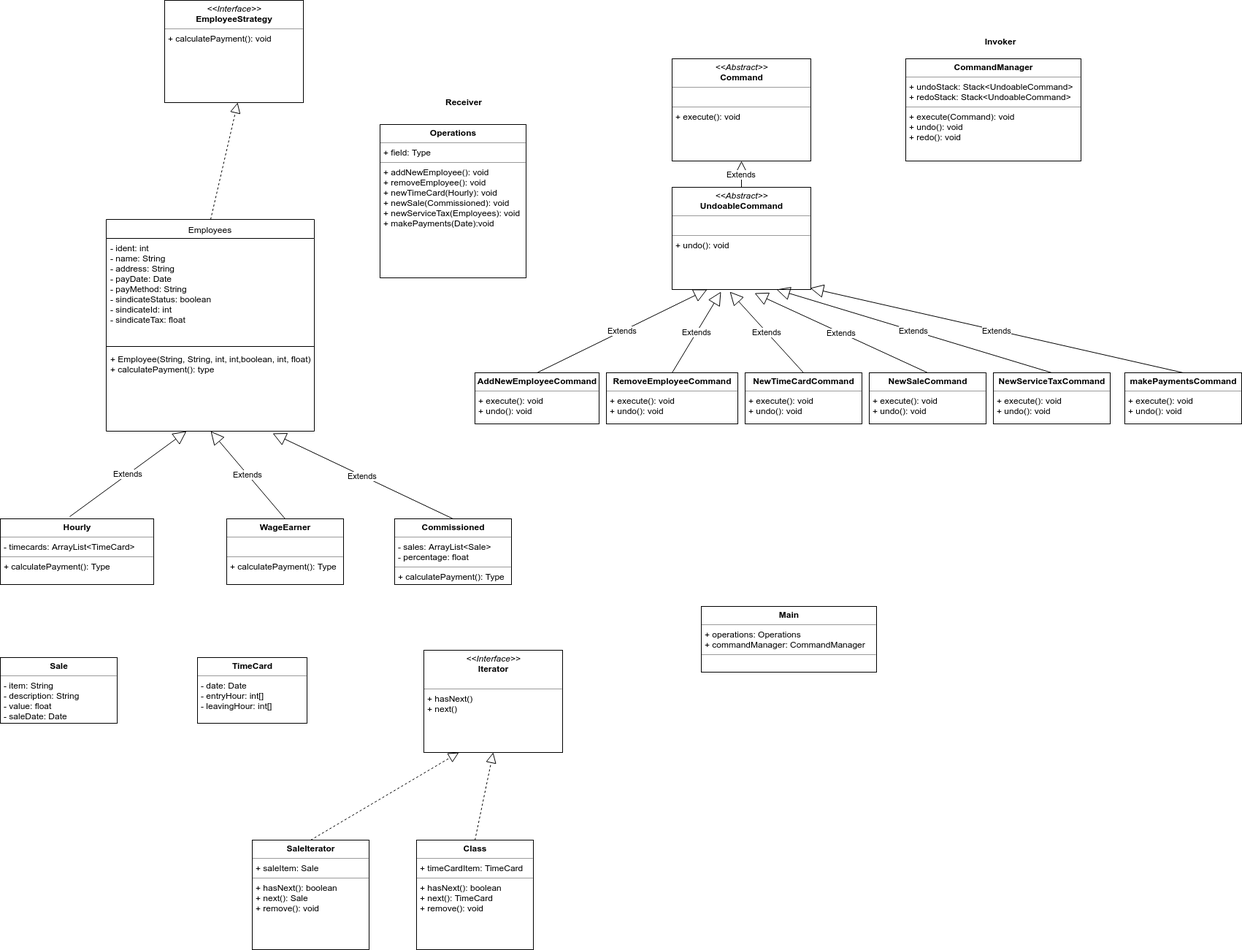
Earlier version of the draw.io export Prova 2 Folha de Pagamentos.png (yuridrcosta/prova2). Source tidied: cells renumbered, new cells last; positions are measured from the earlier drawing's top-left corner, leaving out a move shared by most shapes.
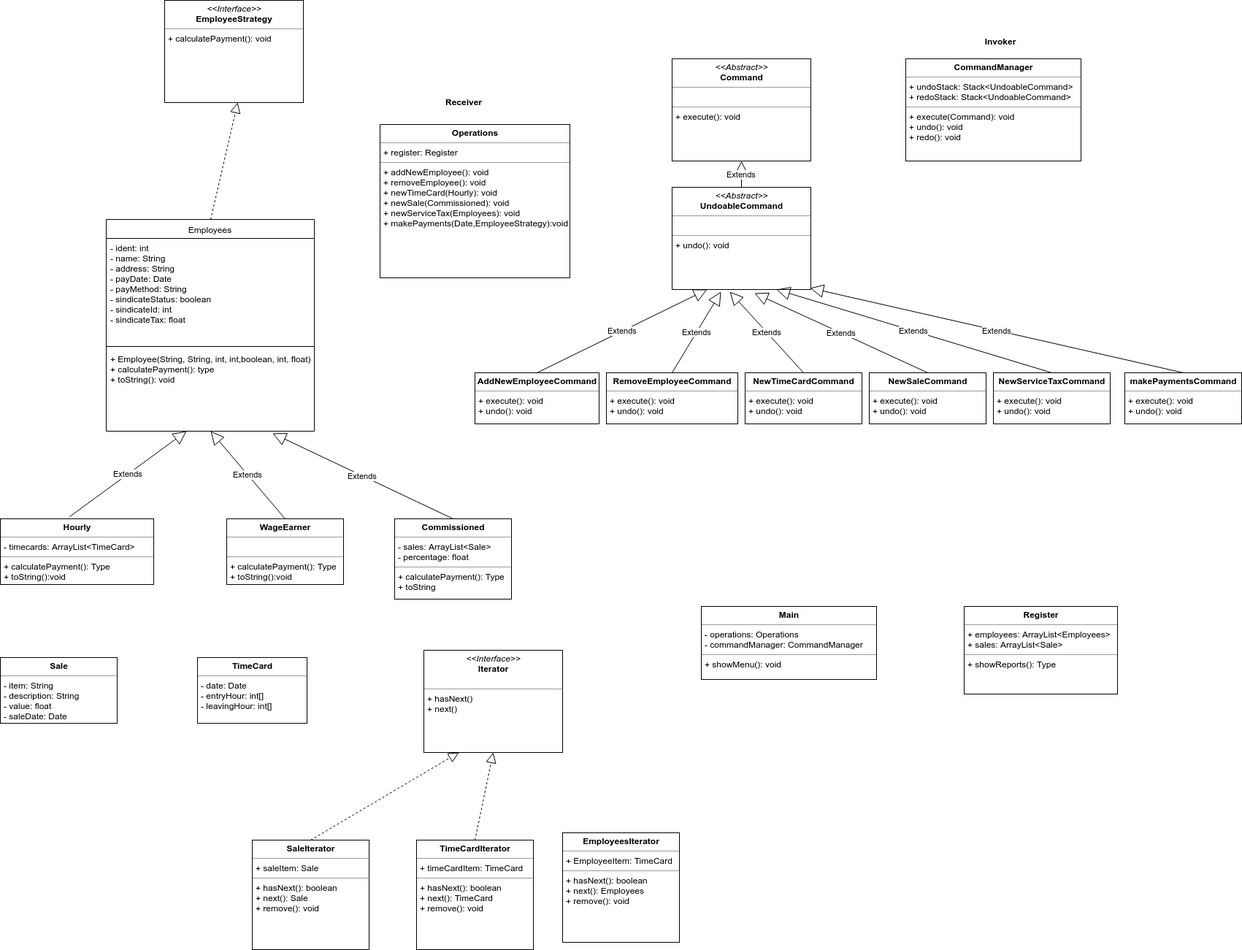
Later version of the same file.

The edit, as a diff of the source:
```diff
@@ -2,7 +2,7 @@
   <root>
     <mxCell id="0" />
     <mxCell id="1" parent="0" />
-    <mxCell id="2" value="&lt;p style=&quot;margin: 0px ; margin-top: 4px ; text-align: center&quot;&gt;&lt;b&gt;Hourly&lt;/b&gt;&lt;/p&gt;&lt;hr size=&quot;1&quot;&gt;&lt;p style=&quot;margin: 0px ; margin-left: 4px&quot;&gt;- timecards: ArrayList&amp;lt;TimeCard&amp;gt;&lt;/p&gt;&lt;hr size=&quot;1&quot;&gt;&lt;p style=&quot;margin: 0px ; margin-left: 4px&quot;&gt;+ calculatePayment(): Type&lt;/p&gt;" style="verticalAlign=top;align=left;overflow=fill;fontSize=12;fontFamily=Helvetica;html=1;" parent="1" vertex="1">
+    <mxCell id="2" value="&lt;p style=&quot;margin: 0px ; margin-top: 4px ; text-align: center&quot;&gt;&lt;b&gt;Hourly&lt;/b&gt;&lt;/p&gt;&lt;hr size=&quot;1&quot;&gt;&lt;p style=&quot;margin: 0px ; margin-left: 4px&quot;&gt;- timecards: ArrayList&amp;lt;TimeCard&amp;gt;&lt;/p&gt;&lt;hr size=&quot;1&quot;&gt;&lt;p style=&quot;margin: 0px ; margin-left: 4px&quot;&gt;+ calculatePayment(): Type&lt;/p&gt;&lt;p style=&quot;margin: 0px ; margin-left: 4px&quot;&gt;+ toString():void&lt;/p&gt;" style="verticalAlign=top;align=left;overflow=fill;fontSize=12;fontFamily=Helvetica;html=1;" parent="1" vertex="1">
       <mxGeometry y="710" width="210" height="90" as="geometry" />
     </mxCell>
     <mxCell id="3" value="Employees&#10;" style="swimlane;fontStyle=0;align=center;verticalAlign=top;horizontal=1;startSize=26;" parent="1" vertex="1">
@@ -14,7 +14,7 @@
     <mxCell id="5" style="line;strokeWidth=1;fillColor=none;align=left;verticalAlign=middle;spacingTop=-1;spacingLeft=3;spacingRight=3;labelPosition=right;" parent="3" vertex="1">
       <mxGeometry y="170" width="285" height="8" as="geometry" />
     </mxCell>
-    <mxCell id="6" value="+ Employee(String, String, int, int,boolean, int, float) &#10;+ calculatePayment(): type" style="text;strokeColor=none;fillColor=none;align=left;verticalAlign=top;spacingLeft=4;spacingRight=4;overflow=hidden;points=[[0,0.5],[1,0.5]];portConstraint=eastwest;" parent="3" vertex="1">
+    <mxCell id="6" value="+ Employee(String, String, int, int,boolean, int, float) &#10;+ calculatePayment(): type&#10;+ toString(): void&#10;" style="text;strokeColor=none;fillColor=none;align=left;verticalAlign=top;spacingLeft=4;spacingRight=4;overflow=hidden;points=[[0,0.5],[1,0.5]];portConstraint=eastwest;" parent="3" vertex="1">
       <mxGeometry y="178" width="285" height="112" as="geometry" />
     </mxCell>
     <mxCell id="7" value="Extends" style="endArrow=block;endSize=16;endFill=0;html=1;exitX=0.45;exitY=-0.033;exitDx=0;exitDy=0;exitPerimeter=0;" parent="1" edge="1" source="2">
@@ -30,14 +30,14 @@
     <mxCell id="9" value="&lt;p style=&quot;margin: 0px ; margin-top: 4px ; text-align: center&quot;&gt;&lt;i&gt;&amp;lt;&amp;lt;Interface&amp;gt;&amp;gt;&lt;/i&gt;&lt;br&gt;&lt;b&gt;EmployeeStrategy&lt;/b&gt;&lt;/p&gt;&lt;hr size=&quot;1&quot;&gt;&lt;p style=&quot;margin: 0px ; margin-left: 4px&quot;&gt;&lt;span&gt;+ calculatePayment(): void&lt;/span&gt;&lt;br&gt;&lt;/p&gt;&lt;p style=&quot;margin: 0px ; margin-left: 4px&quot;&gt;&lt;br&gt;&lt;/p&gt;" style="verticalAlign=top;align=left;overflow=fill;fontSize=12;fontFamily=Helvetica;html=1;" parent="1" vertex="1">
       <mxGeometry x="225" width="190" height="140" as="geometry" />
     </mxCell>
-    <mxCell id="10" value="&lt;p style=&quot;margin: 0px ; margin-top: 4px ; text-align: center&quot;&gt;&lt;b&gt;WageEarner&lt;/b&gt;&lt;/p&gt;&lt;hr size=&quot;1&quot;&gt;&lt;p style=&quot;margin: 0px ; margin-left: 4px&quot;&gt;&lt;br&gt;&lt;/p&gt;&lt;hr size=&quot;1&quot;&gt;&lt;p style=&quot;margin: 0px ; margin-left: 4px&quot;&gt;+ calculatePayment(): Type&lt;/p&gt;" style="verticalAlign=top;align=left;overflow=fill;fontSize=12;fontFamily=Helvetica;html=1;" parent="1" vertex="1">
+    <mxCell id="10" value="&lt;p style=&quot;margin: 0px ; margin-top: 4px ; text-align: center&quot;&gt;&lt;b&gt;WageEarner&lt;/b&gt;&lt;/p&gt;&lt;hr size=&quot;1&quot;&gt;&lt;p style=&quot;margin: 0px ; margin-left: 4px&quot;&gt;&lt;br&gt;&lt;/p&gt;&lt;hr size=&quot;1&quot;&gt;&lt;p style=&quot;margin: 0px ; margin-left: 4px&quot;&gt;+ calculatePayment(): Type&lt;/p&gt;&lt;p style=&quot;margin: 0px ; margin-left: 4px&quot;&gt;+ toString():void&lt;/p&gt;" style="verticalAlign=top;align=left;overflow=fill;fontSize=12;fontFamily=Helvetica;html=1;" parent="1" vertex="1">
       <mxGeometry x="310" y="710" width="160" height="90" as="geometry" />
     </mxCell>
     <mxCell id="11" value="Extends" style="endArrow=block;endSize=16;endFill=0;html=1;exitX=0.5;exitY=0;exitDx=0;exitDy=0;entryX=0.502;entryY=1;entryDx=0;entryDy=0;entryPerimeter=0;" parent="1" edge="1" source="10" target="6">
       <mxGeometry relative="1" as="geometry" />
     </mxCell>
-    <mxCell id="12" value="&lt;p style=&quot;margin: 0px ; margin-top: 4px ; text-align: center&quot;&gt;&lt;b&gt;Commissioned&lt;/b&gt;&lt;/p&gt;&lt;hr size=&quot;1&quot;&gt;&lt;p style=&quot;margin: 0px ; margin-left: 4px&quot;&gt;- sales: ArrayList&amp;lt;Sale&amp;gt;&lt;/p&gt;&lt;p style=&quot;margin: 0px ; margin-left: 4px&quot;&gt;- percentage: float&lt;/p&gt;&lt;hr size=&quot;1&quot;&gt;&lt;p style=&quot;margin: 0px ; margin-left: 4px&quot;&gt;+ calculatePayment(): Type&lt;/p&gt;" style="verticalAlign=top;align=left;overflow=fill;fontSize=12;fontFamily=Helvetica;html=1;" parent="1" vertex="1">
-      <mxGeometry x="540" y="710" width="160" height="90" as="geometry" />
+    <mxCell id="12" value="&lt;p style=&quot;margin: 0px ; margin-top: 4px ; text-align: center&quot;&gt;&lt;b&gt;Commissioned&lt;/b&gt;&lt;/p&gt;&lt;hr size=&quot;1&quot;&gt;&lt;p style=&quot;margin: 0px ; margin-left: 4px&quot;&gt;- sales: ArrayList&amp;lt;Sale&amp;gt;&lt;/p&gt;&lt;p style=&quot;margin: 0px ; margin-left: 4px&quot;&gt;- percentage: float&lt;/p&gt;&lt;hr size=&quot;1&quot;&gt;&lt;p style=&quot;margin: 0px ; margin-left: 4px&quot;&gt;+ calculatePayment(): Type&lt;/p&gt;&lt;p style=&quot;margin: 0px ; margin-left: 4px&quot;&gt;+ toString&lt;/p&gt;" style="verticalAlign=top;align=left;overflow=fill;fontSize=12;fontFamily=Helvetica;html=1;" parent="1" vertex="1">
+      <mxGeometry x="540" y="710" width="160" height="110" as="geometry" />
     </mxCell>
     <mxCell id="13" value="Extends" style="endArrow=block;endSize=16;endFill=0;html=1;exitX=0.5;exitY=0;exitDx=0;exitDy=0;entryX=0.8;entryY=1.027;entryDx=0;entryDy=0;entryPerimeter=0;" parent="1" edge="1" source="12" target="6">
       <mxGeometry relative="1" as="geometry" />
@@ -45,8 +45,8 @@
     <mxCell id="14" value="&lt;p style=&quot;margin: 0px ; margin-top: 4px ; text-align: center&quot;&gt;&lt;b&gt;Sale&lt;/b&gt;&lt;/p&gt;&lt;hr size=&quot;1&quot;&gt;&lt;p style=&quot;margin: 0px ; margin-left: 4px&quot;&gt;- item: String&lt;/p&gt;&lt;p style=&quot;margin: 0px ; margin-left: 4px&quot;&gt;- description: String&lt;/p&gt;&lt;p style=&quot;margin: 0px ; margin-left: 4px&quot;&gt;- value: float&lt;/p&gt;&lt;p style=&quot;margin: 0px ; margin-left: 4px&quot;&gt;- saleDate: Date&lt;/p&gt;&lt;hr size=&quot;1&quot;&gt;&lt;p style=&quot;margin: 0px ; margin-left: 4px&quot;&gt;+ method(): Type&lt;/p&gt;" style="verticalAlign=top;align=left;overflow=fill;fontSize=12;fontFamily=Helvetica;html=1;" parent="1" vertex="1">
       <mxGeometry y="900" width="160" height="90" as="geometry" />
     </mxCell>
-    <mxCell id="15" value="&lt;p style=&quot;margin: 0px ; margin-top: 4px ; text-align: center&quot;&gt;&lt;b&gt;Operations&lt;/b&gt;&lt;/p&gt;&lt;hr size=&quot;1&quot;&gt;&lt;p style=&quot;margin: 0px ; margin-left: 4px&quot;&gt;+ field: Type&lt;/p&gt;&lt;hr size=&quot;1&quot;&gt;&lt;p style=&quot;margin: 0px ; margin-left: 4px&quot;&gt;+ addNewEmployee(): void&lt;/p&gt;&lt;p style=&quot;margin: 0px ; margin-left: 4px&quot;&gt;+ removeEmployee(): void&lt;/p&gt;&lt;p style=&quot;margin: 0px ; margin-left: 4px&quot;&gt;+ newTimeCard(Hourly): void&lt;/p&gt;&lt;p style=&quot;margin: 0px ; margin-left: 4px&quot;&gt;+ newSale(Commissioned): void&lt;/p&gt;&lt;p style=&quot;margin: 0px ; margin-left: 4px&quot;&gt;+ newServiceTax(Employees): void&lt;/p&gt;&lt;p style=&quot;margin: 0px ; margin-left: 4px&quot;&gt;+ makePayments(Date):void&lt;/p&gt;" style="verticalAlign=top;align=left;overflow=fill;fontSize=12;fontFamily=Helvetica;html=1;" parent="1" vertex="1">
-      <mxGeometry x="520" y="170" width="200" height="210" as="geometry" />
+    <mxCell id="15" value="&lt;p style=&quot;margin: 0px ; margin-top: 4px ; text-align: center&quot;&gt;&lt;b&gt;Operations&lt;/b&gt;&lt;/p&gt;&lt;hr size=&quot;1&quot;&gt;&lt;p style=&quot;margin: 0px ; margin-left: 4px&quot;&gt;+ register: Register&lt;/p&gt;&lt;hr size=&quot;1&quot;&gt;&lt;p style=&quot;margin: 0px ; margin-left: 4px&quot;&gt;+ addNewEmployee(): void&lt;/p&gt;&lt;p style=&quot;margin: 0px ; margin-left: 4px&quot;&gt;+ removeEmployee(): void&lt;/p&gt;&lt;p style=&quot;margin: 0px ; margin-left: 4px&quot;&gt;+ newTimeCard(Hourly): void&lt;/p&gt;&lt;p style=&quot;margin: 0px ; margin-left: 4px&quot;&gt;+ newSale(Commissioned): void&lt;/p&gt;&lt;p style=&quot;margin: 0px ; margin-left: 4px&quot;&gt;+ newServiceTax(Employees): void&lt;/p&gt;&lt;p style=&quot;margin: 0px ; margin-left: 4px&quot;&gt;+ makePayments(Date,EmployeeStrategy):void&lt;/p&gt;" style="verticalAlign=top;align=left;overflow=fill;fontSize=12;fontFamily=Helvetica;html=1;" parent="1" vertex="1">
+      <mxGeometry x="520" y="170" width="260" height="210" as="geometry" />
     </mxCell>
     <mxCell id="16" value="&lt;p style=&quot;margin: 0px ; margin-top: 4px ; text-align: center&quot;&gt;&lt;b&gt;TimeCard&lt;/b&gt;&lt;/p&gt;&lt;hr size=&quot;1&quot;&gt;&lt;p style=&quot;margin: 0px ; margin-left: 4px&quot;&gt;- date: Date&lt;/p&gt;&lt;p style=&quot;margin: 0px ; margin-left: 4px&quot;&gt;- entryHour: int[]&lt;/p&gt;&lt;p style=&quot;margin: 0px ; margin-left: 4px&quot;&gt;- leavingHour: int[]&lt;/p&gt;" style="verticalAlign=top;align=left;overflow=fill;fontSize=12;fontFamily=Helvetica;html=1;" parent="1" vertex="1">
       <mxGeometry x="270" y="900" width="150" height="90" as="geometry" />
@@ -60,7 +60,7 @@
     <mxCell id="19" style="endArrow=block;dashed=1;endFill=0;endSize=12;html=1;exitX=0.5;exitY=0;exitDx=0;exitDy=0;entryX=0.25;entryY=1;entryDx=0;entryDy=0;" parent="1" edge="1" source="18" target="17">
       <mxGeometry relative="1" as="geometry" />
     </mxCell>
-    <mxCell id="20" value="&lt;p style=&quot;margin: 0px ; margin-top: 4px ; text-align: center&quot;&gt;&lt;b&gt;Class&lt;/b&gt;&lt;/p&gt;&lt;hr size=&quot;1&quot;&gt;&lt;p style=&quot;margin: 0px ; margin-left: 4px&quot;&gt;+ timeCardItem: TimeCard&lt;/p&gt;&lt;hr size=&quot;1&quot;&gt;&lt;p style=&quot;margin: 0px ; margin-left: 4px&quot;&gt;+ hasNext(): boolean&lt;/p&gt;&lt;p style=&quot;margin: 0px ; margin-left: 4px&quot;&gt;+ next(): TimeCard&lt;/p&gt;&lt;p style=&quot;margin: 0px ; margin-left: 4px&quot;&gt;+ remove(): void&lt;/p&gt;" style="verticalAlign=top;align=left;overflow=fill;fontSize=12;fontFamily=Helvetica;html=1;" parent="1" vertex="1">
+    <mxCell id="20" value="&lt;p style=&quot;margin: 0px ; margin-top: 4px ; text-align: center&quot;&gt;&lt;b&gt;TimeCardIterator&lt;/b&gt;&lt;/p&gt;&lt;hr size=&quot;1&quot;&gt;&lt;p style=&quot;margin: 0px ; margin-left: 4px&quot;&gt;+ timeCardItem: TimeCard&lt;/p&gt;&lt;hr size=&quot;1&quot;&gt;&lt;p style=&quot;margin: 0px ; margin-left: 4px&quot;&gt;+ hasNext(): boolean&lt;/p&gt;&lt;p style=&quot;margin: 0px ; margin-left: 4px&quot;&gt;+ next(): TimeCard&lt;/p&gt;&lt;p style=&quot;margin: 0px ; margin-left: 4px&quot;&gt;+ remove(): void&lt;/p&gt;" style="verticalAlign=top;align=left;overflow=fill;fontSize=12;fontFamily=Helvetica;html=1;" parent="1" vertex="1">
       <mxGeometry x="570" y="1150" width="160" height="150" as="geometry" />
     </mxCell>
     <mxCell id="21" style="endArrow=block;dashed=1;endFill=0;endSize=12;html=1;exitX=0.5;exitY=0;exitDx=0;exitDy=0;entryX=0.5;entryY=1;entryDx=0;entryDy=0;" parent="1" edge="1" source="20" target="17">
@@ -114,8 +114,8 @@
     <mxCell id="37" value="&lt;p style=&quot;margin: 0px ; margin-top: 4px ; text-align: center&quot;&gt;&lt;b&gt;CommandManager&lt;/b&gt;&lt;/p&gt;&lt;hr size=&quot;1&quot;&gt;&lt;p style=&quot;margin: 0px ; margin-left: 4px&quot;&gt;+ undoStack: Stack&amp;lt;UndoableCommand&amp;gt;&lt;/p&gt;&lt;p style=&quot;margin: 0px ; margin-left: 4px&quot;&gt;+ redoStack: Stack&amp;lt;UndoableCommand&amp;gt;&lt;/p&gt;&lt;hr size=&quot;1&quot;&gt;&lt;p style=&quot;margin: 0px ; margin-left: 4px&quot;&gt;+ execute(Command): void&lt;/p&gt;&lt;p style=&quot;margin: 0px ; margin-left: 4px&quot;&gt;+ undo(): void&lt;/p&gt;&lt;p style=&quot;margin: 0px ; margin-left: 4px&quot;&gt;+ redo(): void&lt;/p&gt;" style="verticalAlign=top;align=left;overflow=fill;fontSize=12;fontFamily=Helvetica;html=1;" parent="1" vertex="1">
       <mxGeometry x="1240" y="80" width="240" height="140" as="geometry" />
     </mxCell>
-    <mxCell id="38" value="&lt;p style=&quot;margin: 0px ; margin-top: 4px ; text-align: center&quot;&gt;&lt;b&gt;Main&lt;/b&gt;&lt;/p&gt;&lt;hr size=&quot;1&quot;&gt;&lt;p style=&quot;margin: 0px ; margin-left: 4px&quot;&gt;+ operations: Operations&lt;/p&gt;&lt;p style=&quot;margin: 0px ; margin-left: 4px&quot;&gt;+ commandManager: CommandManager&lt;/p&gt;&lt;hr size=&quot;1&quot;&gt;&lt;p style=&quot;margin: 0px ; margin-left: 4px&quot;&gt;&lt;br&gt;&lt;/p&gt;" style="verticalAlign=top;align=left;overflow=fill;fontSize=12;fontFamily=Helvetica;html=1;" parent="1" vertex="1">
-      <mxGeometry x="960" y="830" width="240" height="90" as="geometry" />
+    <mxCell id="38" value="&lt;p style=&quot;margin: 0px ; margin-top: 4px ; text-align: center&quot;&gt;&lt;b&gt;Main&lt;/b&gt;&lt;/p&gt;&lt;hr size=&quot;1&quot;&gt;&lt;p style=&quot;margin: 0px ; margin-left: 4px&quot;&gt;- operations: Operations&lt;/p&gt;&lt;p style=&quot;margin: 0px ; margin-left: 4px&quot;&gt;- commandManager: CommandManager&lt;/p&gt;&lt;hr size=&quot;1&quot;&gt;&lt;p style=&quot;margin: 0px ; margin-left: 4px&quot;&gt;+ showMenu(): void&lt;/p&gt;" style="verticalAlign=top;align=left;overflow=fill;fontSize=12;fontFamily=Helvetica;html=1;" parent="1" vertex="1">
+      <mxGeometry x="960" y="830" width="240" height="100" as="geometry" />
     </mxCell>
     <mxCell id="39" value="Invoker" style="text;align=center;fontStyle=1;verticalAlign=middle;spacingLeft=3;spacingRight=3;strokeColor=none;" parent="1" vertex="1">
       <mxGeometry x="1330" y="44" width="80" height="26" as="geometry" />
@@ -123,5 +123,11 @@
     <mxCell id="40" value="Receiver" style="text;align=center;fontStyle=1;verticalAlign=middle;spacingLeft=3;spacingRight=3;strokeColor=none;" parent="1" vertex="1">
       <mxGeometry x="595" y="127" width="80" height="26" as="geometry" />
     </mxCell>
+    <mxCell id="41" value="&lt;p style=&quot;margin: 0px ; margin-top: 4px ; text-align: center&quot;&gt;&lt;b&gt;Register&lt;/b&gt;&lt;/p&gt;&lt;hr size=&quot;1&quot;&gt;&lt;p style=&quot;margin: 0px ; margin-left: 4px&quot;&gt;+ employees: ArrayList&amp;lt;Employees&amp;gt;&lt;/p&gt;&lt;p style=&quot;margin: 0px ; margin-left: 4px&quot;&gt;+ sales: ArrayList&amp;lt;Sale&amp;gt;&lt;/p&gt;&lt;hr size=&quot;1&quot;&gt;&lt;p style=&quot;margin: 0px ; margin-left: 4px&quot;&gt;+ showReports(): Type&lt;/p&gt;" style="verticalAlign=top;align=left;overflow=fill;fontSize=12;fontFamily=Helvetica;html=1;" parent="1" vertex="1">
+      <mxGeometry x="1320" y="830" width="210" height="120" as="geometry" />
+    </mxCell>
+    <mxCell id="42" value="&lt;p style=&quot;margin: 0px ; margin-top: 4px ; text-align: center&quot;&gt;&lt;b&gt;EmployeesIterator&lt;/b&gt;&lt;/p&gt;&lt;hr size=&quot;1&quot;&gt;&lt;p style=&quot;margin: 0px ; margin-left: 4px&quot;&gt;+ EmployeeItem: TimeCard&lt;/p&gt;&lt;hr size=&quot;1&quot;&gt;&lt;p style=&quot;margin: 0px ; margin-left: 4px&quot;&gt;+ hasNext(): boolean&lt;/p&gt;&lt;p style=&quot;margin: 0px ; margin-left: 4px&quot;&gt;+ next(): Employees&lt;/p&gt;&lt;p style=&quot;margin: 0px ; margin-left: 4px&quot;&gt;+ remove(): void&lt;/p&gt;" style="verticalAlign=top;align=left;overflow=fill;fontSize=12;fontFamily=Helvetica;html=1;" parent="1" vertex="1">
+      <mxGeometry x="770" y="1140" width="160" height="150" as="geometry" />
+    </mxCell>
   </root>
 </mxGraphModel>
```
